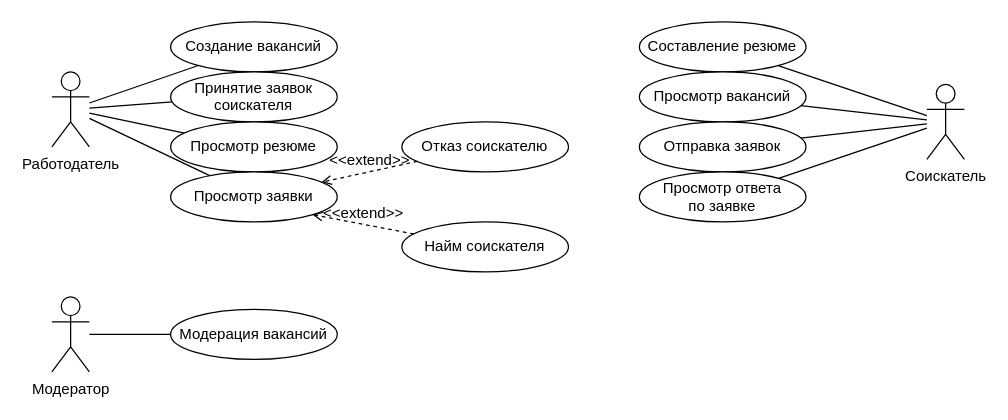
This is Diagrams/Use Case Diagram.drawio from FullOfDelirium/Employment-agency, a draw.io file, before an edit. Source tidied: cells renumbered, new cells numbered last; positions are measured from the earlier drawing's top-left corner, leaving out a move shared by most shapes. Both pictures are drawn from the tidied source at 125%, with x=0, y=0 at pixel (51, 21).
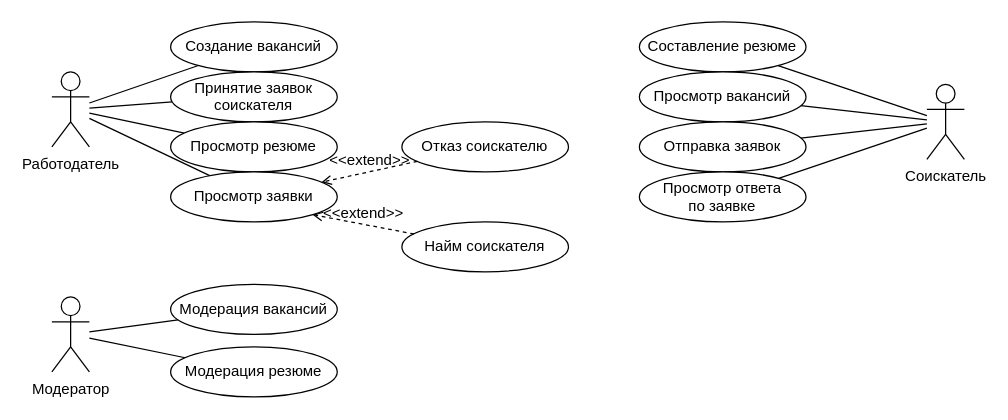
Above is the later version.

The change refers to these unchanged cells:
```xml
<mxCell id="18" value="Модератор" style="shape=umlActor;verticalLabelPosition=bottom;verticalAlign=top;html=1;outlineConnect=0;" parent="1" vertex="1">
  <mxGeometry y="220" width="30" height="60" as="geometry" />
</mxCell>
```

Change to the diagram source:
```diff
@@
     <mxCell id="19" value="&lt;p style=&quot;line-height: 110% ; font-size: 12px&quot;&gt;Модерация вакансий&lt;/p&gt;" style="ellipse;whiteSpace=wrap;html=1;fontSize=12;" parent="1" vertex="1">
-      <mxGeometry x="95" y="230" width="133.3" height="40" as="geometry" />
+      <mxGeometry x="95" y="210" width="133.3" height="40" as="geometry" />
     </mxCell>
@@
+    <mxCell id="27" style="edgeStyle=none;rounded=0;jettySize=auto;html=1;fontSize=12;endArrow=none;endFill=0;" parent="1" edge="1" source="18" target="28">
+      <mxGeometry relative="1" as="geometry" />
+    </mxCell>
+    <mxCell id="28" value="&lt;p style=&quot;line-height: 110% ; font-size: 12px&quot;&gt;Модерация резюме&lt;/p&gt;" style="ellipse;whiteSpace=wrap;html=1;fontSize=12;" parent="1" vertex="1">
+      <mxGeometry x="95" y="260" width="133.3" height="40" as="geometry" />
+    </mxCell>
```
